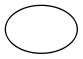
The Graphviz diagram 46-ternary_search_tree/ternary_search_tree.png in KennyBlanckaert/C-Playground, before a commit. Its source is kept beside it as 46-ternary_search_tree/ternary_search_tree.dot.
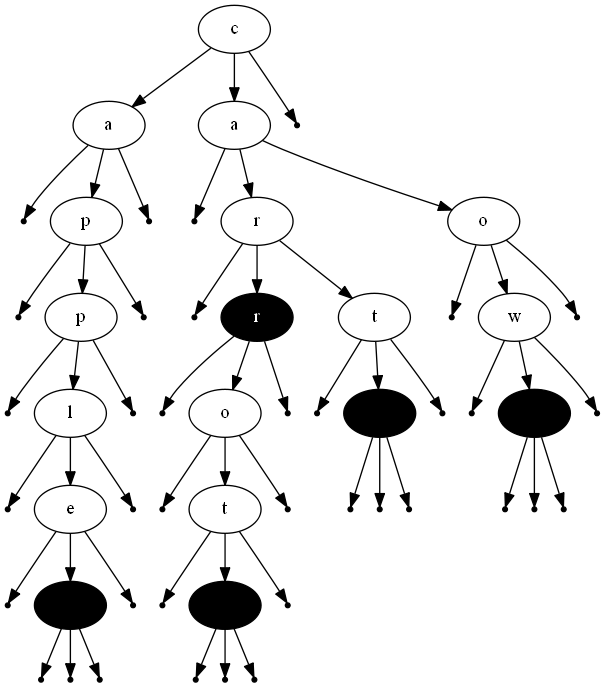
Above is the later version.

Commit message:
ternary_search_tree finished

Diff of the diagram source:
```diff
@@ -1,3 +1,111 @@
 digraph {
-"root"[label=" "];
+"0x6a62a0"[label="c"];
+"0x6a6700"[label="a"];
+null1 [shape=point];
+"0x6a6750"[label="p"];
+null2 [shape=point];
+"0x6a67a0"[label="p"];
+null3 [shape=point];
+"0x6a67f0"[label="l"];
+null4 [shape=point];
+"0x6a6840"[label="e"];
+null5 [shape=point];
+"0x6a6890"[label=" " fillcolor=black style=filled fontcolor=white];
+null6 [shape=point];
+null7 [shape=point];
+null8 [shape=point];
+null9 [shape=point];
+null10 [shape=point];
+null11 [shape=point];
+null12 [shape=point];
+null13 [shape=point];
+"0x6a6610"[label="a"];
+null14 [shape=point];
+"0x6a6660"[label="r"];
+null15 [shape=point];
+"0x6a66b0"[label="r" fillcolor=black style=filled fontcolor=white];
+null16 [shape=point];
+"0x6a6980"[label="o"];
+null17 [shape=point];
+"0x6a69d0"[label="t"];
+null18 [shape=point];
+"0x6a6a20"[label=" " fillcolor=black style=filled fontcolor=white];
+null19 [shape=point];
+null20 [shape=point];
+null21 [shape=point];
+null22 [shape=point];
+null23 [shape=point];
+null24 [shape=point];
+"0x6a68e0"[label="t"];
+null25 [shape=point];
+"0x6a6930"[label=" " fillcolor=black style=filled fontcolor=white];
+null26 [shape=point];
+null27 [shape=point];
+null28 [shape=point];
+null29 [shape=point];
+"0x6a6a70"[label="o"];
+null30 [shape=point];
+"0x2603950"[label="w"];
+null31 [shape=point];
+"0x26036d0"[label=" " fillcolor=black style=filled fontcolor=white];
+null32 [shape=point];
+null33 [shape=point];
+null34 [shape=point];
+null35 [shape=point];
+null36 [shape=point];
+null37 [shape=point];
+"0x6a62a0" -> "0x6a6700";
+"0x6a6700" -> "null1"
+"0x6a6700" -> "0x6a6750";
+"0x6a6750" -> "null2"
+"0x6a6750" -> "0x6a67a0";
+"0x6a67a0" -> "null3"
+"0x6a67a0" -> "0x6a67f0";
+"0x6a67f0" -> "null4"
+"0x6a67f0" -> "0x6a6840";
+"0x6a6840" -> "null5"
+"0x6a6840" -> "0x6a6890";
+"0x6a6890" -> "null6"
+"0x6a6890" -> "null7"
+"0x6a6890" -> "null8"
+"0x6a6840" -> "null9"
+"0x6a67f0" -> "null10"
+"0x6a67a0" -> "null11"
+"0x6a6750" -> "null12"
+"0x6a6700" -> "null13"
+"0x6a62a0" -> "0x6a6610";
+"0x6a6610" -> "null14"
+"0x6a6610" -> "0x6a6660";
+"0x6a6660" -> "null15"
+"0x6a6660" -> "0x6a66b0";
+"0x6a66b0" -> "null16"
+"0x6a66b0" -> "0x6a6980";
+"0x6a6980" -> "null17"
+"0x6a6980" -> "0x6a69d0";
+"0x6a69d0" -> "null18"
+"0x6a69d0" -> "0x6a6a20";
+"0x6a6a20" -> "null19"
+"0x6a6a20" -> "null20"
+"0x6a6a20" -> "null21"
+"0x6a69d0" -> "null22"
+"0x6a6980" -> "null23"
+"0x6a66b0" -> "null24"
+"0x6a6660" -> "0x6a68e0";
+"0x6a68e0" -> "null25"
+"0x6a68e0" -> "0x6a6930";
+"0x6a6930" -> "null26"
+"0x6a6930" -> "null27"
+"0x6a6930" -> "null28"
+"0x6a68e0" -> "null29"
+"0x6a6610" -> "0x6a6a70";
+"0x6a6a70" -> "null30"
+"0x6a6a70" -> "0x2603950";
+"0x2603950" -> "null31"
+"0x2603950" -> "0x26036d0";
+"0x26036d0" -> "null32"
+"0x26036d0" -> "null33"
+"0x26036d0" -> "null34"
+"0x2603950" -> "null35"
+"0x6a6a70" -> "null36"
+"0x6a62a0" -> "null37"
 }
```
